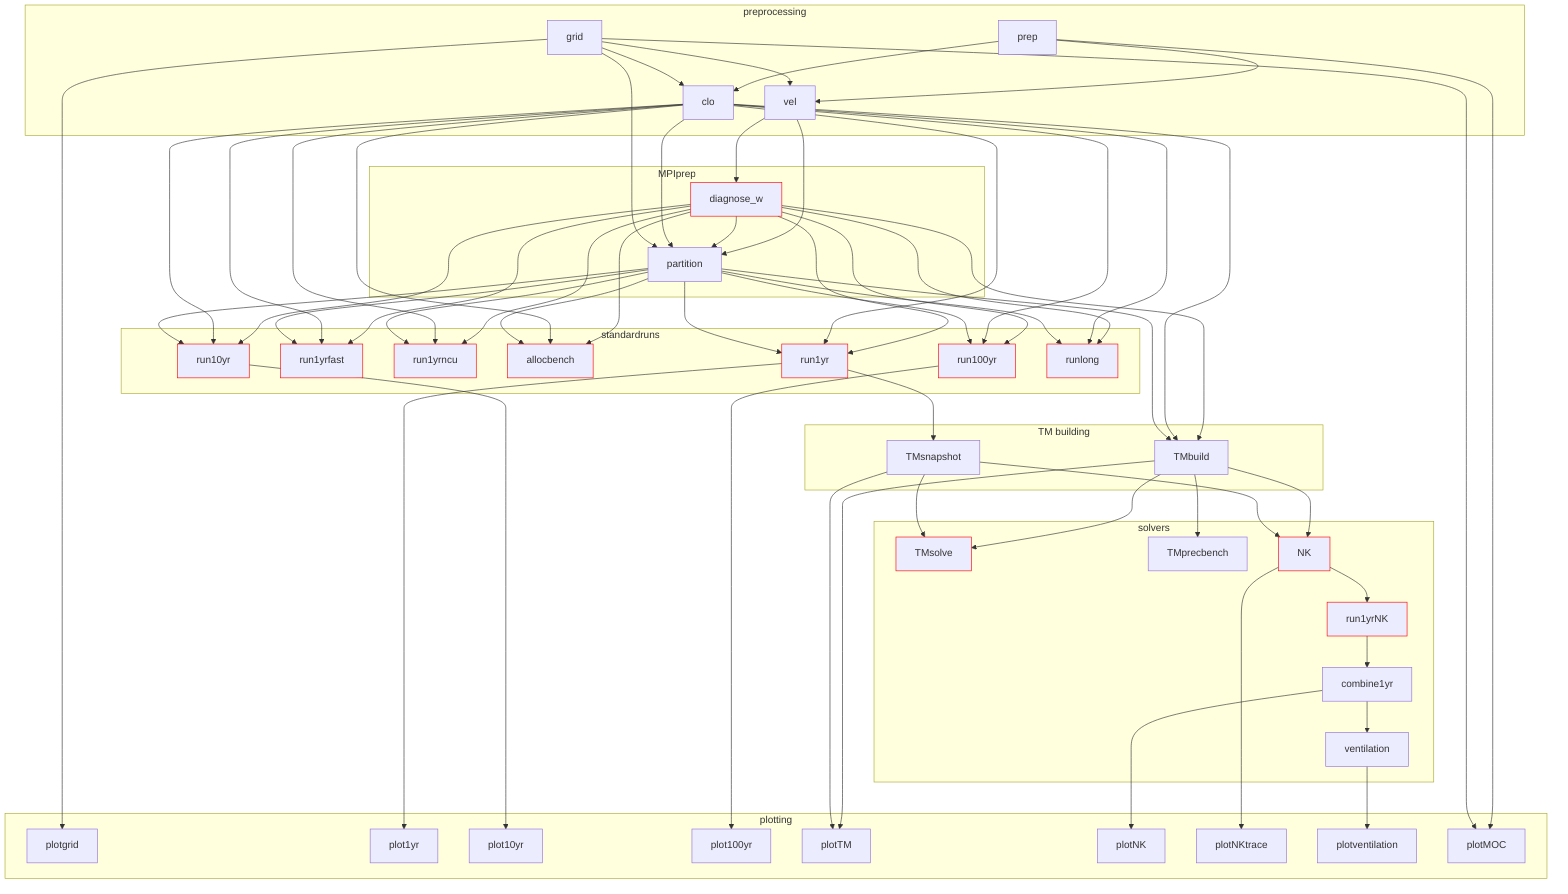
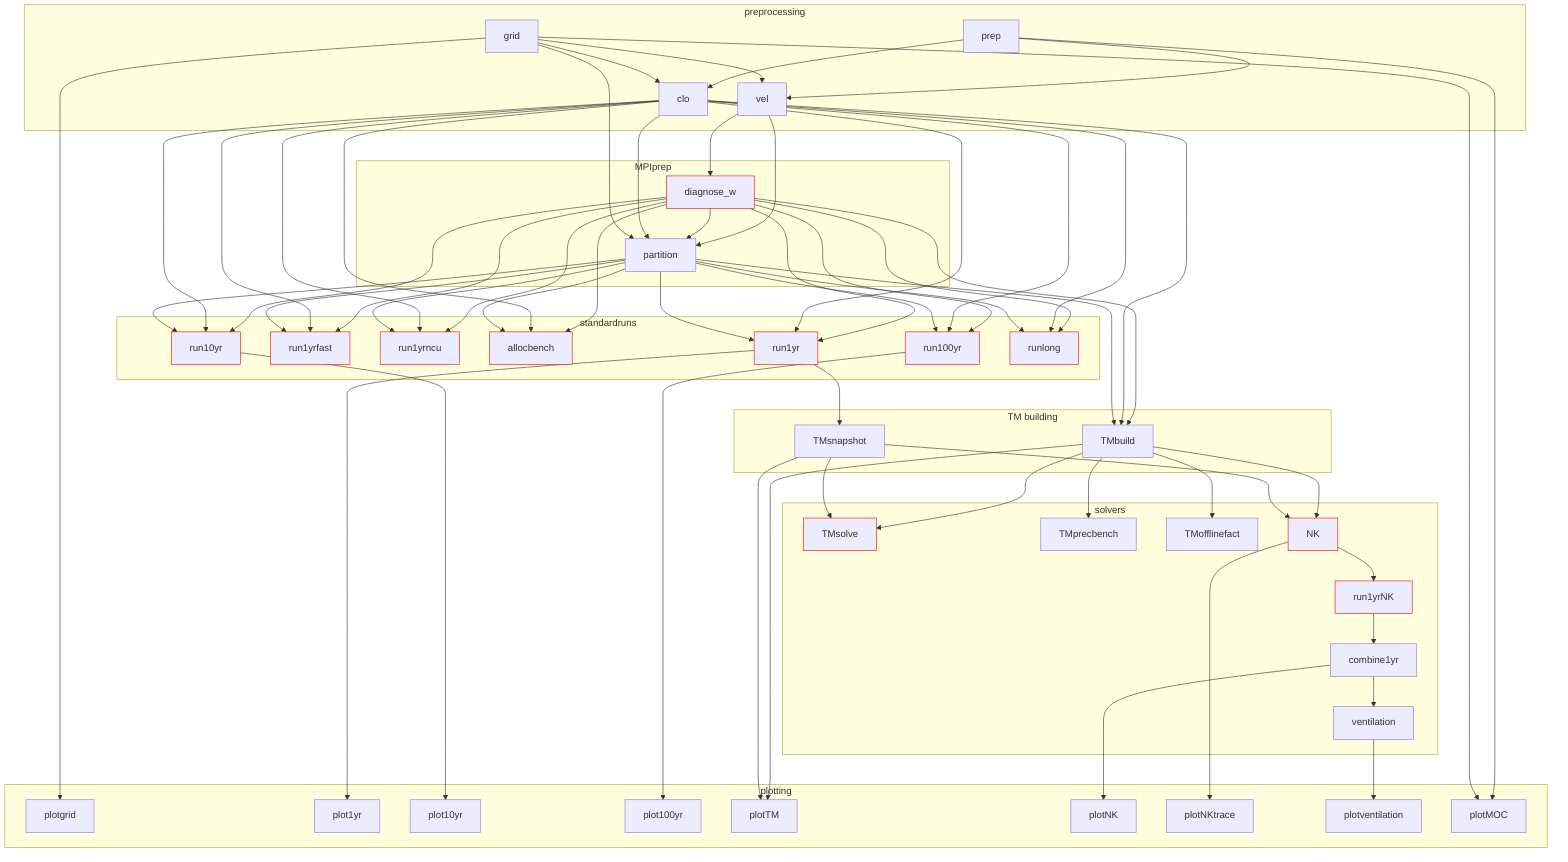
---
config:
  flowchart:
    curve: basis
---
graph TD
    classDef gpu stroke:#f00;
    subgraph preprocessing
        prep & grid & vel & clo
    end
    subgraph MPIprep
        diagnose_w:::gpu & partition
    end
    subgraph standardruns
        run1yr:::gpu & run1yrfast:::gpu & run1yrncu:::gpu & allocbench:::gpu & run10yr:::gpu & run100yr:::gpu & runlong:::gpu
    end
    subgraph TM building
        TMbuild & TMsnapshot
    end
    subgraph solvers
-         TMsolve:::gpu & TMprecbench & NK:::gpu & run1yrNK:::gpu & combine1yr & ventilation
+         TMsolve:::gpu & TMprecbench & TMofflinefact & NK:::gpu & run1yrNK:::gpu & combine1yr & ventilation
    end
    subgraph plotting
        plotgrid & plot1yr & plot10yr & plot100yr & plotTM & plotNK & plotNKtrace & plotventilation & plotMOC
    end
    prep & grid --> vel & clo
    vel --> diagnose_w
    vel & diagnose_w & clo & grid --> partition
    diagnose_w & clo --> run1yr & run1yrfast & run1yrncu & allocbench & run10yr & run100yr & runlong & TMbuild
    partition --> run1yr & run1yrfast & run1yrncu & allocbench & run10yr & run100yr & runlong & TMbuild
    run1yr --> TMsnapshot & plot1yr
    run10yr --> plot10yr
    run100yr --> plot100yr
    TMbuild & TMsnapshot --> TMsolve & NK & plotTM
-     TMbuild --> TMprecbench
+     TMbuild --> TMprecbench & TMofflinefact
    NK --> run1yrNK & plotNKtrace
    run1yrNK --> combine1yr
    combine1yr --> plotNK & ventilation
    ventilation --> plotventilation
    grid --> plotgrid
    prep & grid --> plotMOC
